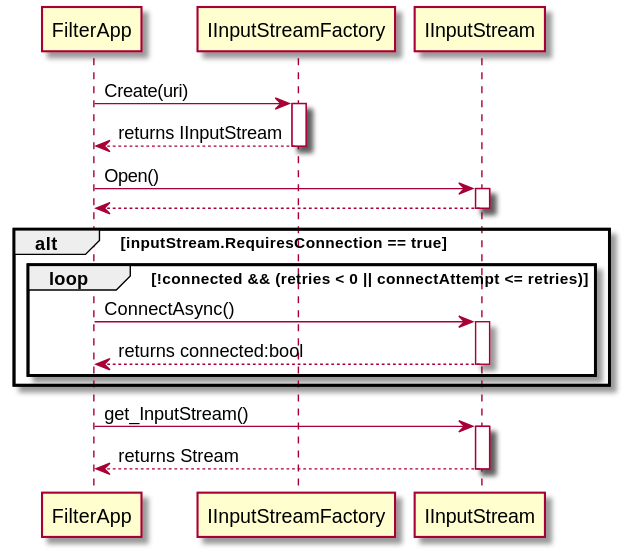
Above: apps/DltDump/docs/out/diagrams/inputstream/Domain.InputStream_Sequence.svg in jcurl/RJCP.DLL.Log (PlantUML), before the change. Source of this version:
```plantuml
@startuml Domain.InputStream_Sequence

FilterApp -> IInputStreamFactory : Create(uri)
activate IInputStreamFactory
FilterApp <-- IInputStreamFactory : returns IInputStream
deactivate IInputStreamFactory

FilterApp -> IInputStream : Open()
activate IInputStream
FilterApp <-- IInputStream
deactivate IInputStream

alt inputStream.RequiresConnection == true

    loop !connected && (retries < 0 || connectAttempt <= retries)

        FilterApp -> IInputStream : ConnectAsync()
        activate IInputStream
        FilterApp <-- IInputStream : returns connected:bool
        deactivate IInputStream

    end

end

FilterApp -> IInputStream : get_InputStream()
activate IInputStream
FilterApp <-- IInputStream : returns Stream
deactivate IInputStream

@enduml
```
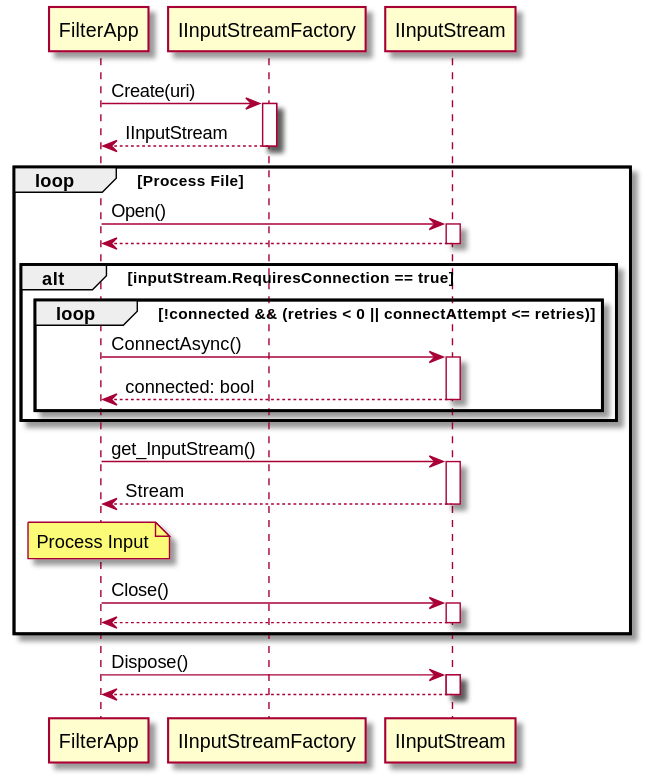
After the commit.

What changed in the source:
```diff
@@ -1,31 +1,38 @@
 @startuml Domain.InputStream_Sequence
+autoactivate on
 
 FilterApp -> IInputStreamFactory : Create(uri)
-activate IInputStreamFactory
-FilterApp <-- IInputStreamFactory : returns IInputStream
-deactivate IInputStreamFactory
+return IInputStream
 
-FilterApp -> IInputStream : Open()
-activate IInputStream
-FilterApp <-- IInputStream
-deactivate IInputStream
+loop Process File
 
-alt inputStream.RequiresConnection == true
+    FilterApp -> IInputStream : Open()
+    return
 
-    loop !connected && (retries < 0 || connectAttempt <= retries)
+    alt inputStream.RequiresConnection == true
 
-        FilterApp -> IInputStream : ConnectAsync()
-        activate IInputStream
-        FilterApp <-- IInputStream : returns connected:bool
-        deactivate IInputStream
+        loop !connected && (retries < 0 || connectAttempt <= retries)
+
+            FilterApp -> IInputStream : ConnectAsync()
+            return connected: bool
+
+        end
 
     end
 
+    FilterApp -> IInputStream : get_InputStream()
+    return Stream
+
+    note over FilterApp
+        Process Input
+    end note
+
+    FilterApp -> IInputStream : Close()
+    return
+
 end
 
-FilterApp -> IInputStream : get_InputStream()
-activate IInputStream
-FilterApp <-- IInputStream : returns Stream
-deactivate IInputStream
+FilterApp -> IInputStream : Dispose()
+return
 
 @enduml
```
